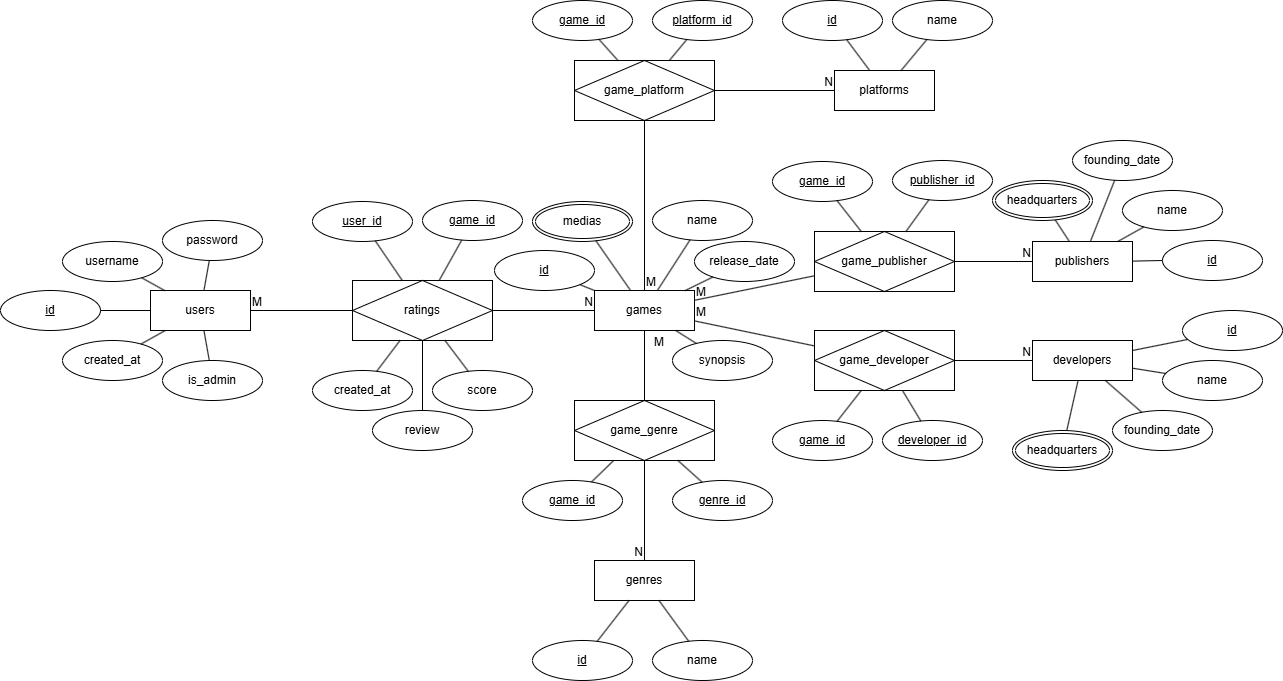
Before: docs/Entity Relationship Diagram.png, a diagram exported from draw.io (billdansr/sweet-potato). Source tidied: cells renumbered, new cells last; positions are measured from the earlier drawing's top-left corner, leaving out a move shared by most shapes.
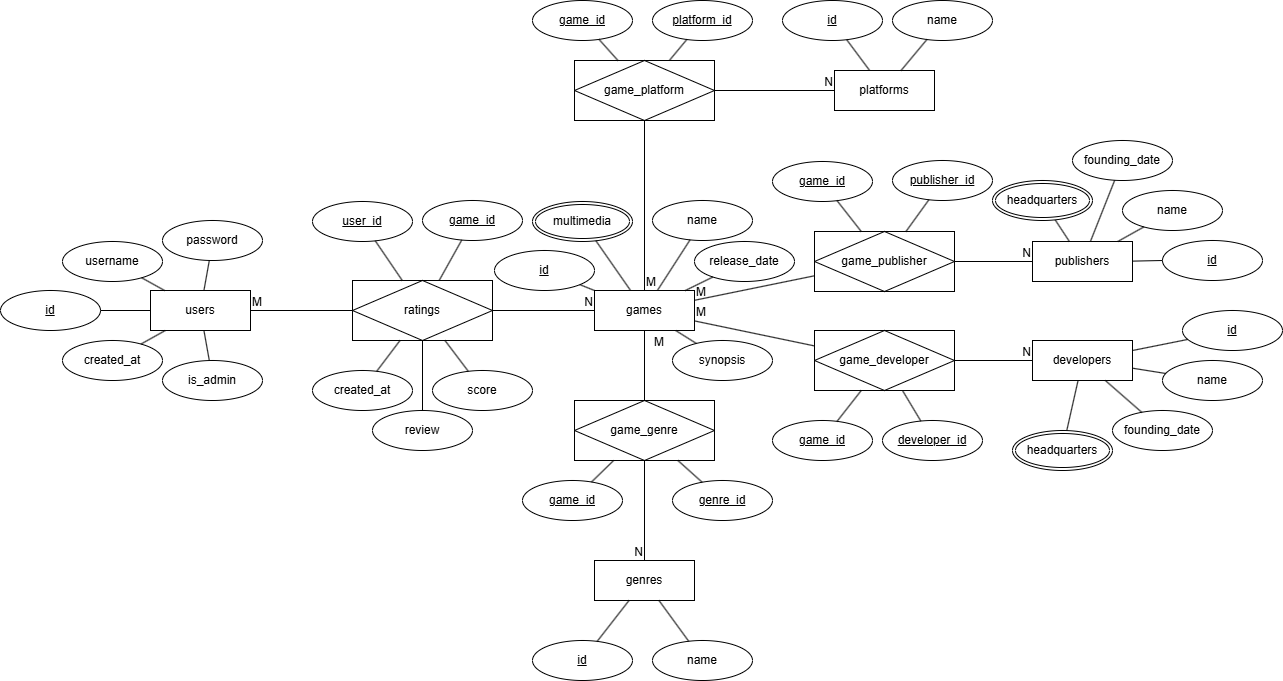
After the commit.

Diff of the diagram source:
```diff
@@ -322,7 +322,7 @@
     <mxCell id="106" style="endArrow=none;html=1;rounded=0;" parent="1" edge="1" source="103" target="92">
       <mxGeometry relative="1" as="geometry" />
     </mxCell>
-    <mxCell id="107" value="medias" style="ellipse;shape=doubleEllipse;margin=3;whiteSpace=wrap;html=1;align=center;" parent="1" vertex="1">
+    <mxCell id="107" value="multimedia" style="ellipse;shape=doubleEllipse;margin=3;whiteSpace=wrap;html=1;align=center;" parent="1" vertex="1">
       <mxGeometry x="532" y="201" width="100" height="40" as="geometry" />
     </mxCell>
     <mxCell id="108" style="endArrow=none;html=1;rounded=0;" parent="1" edge="1" source="107" target="3">
```
